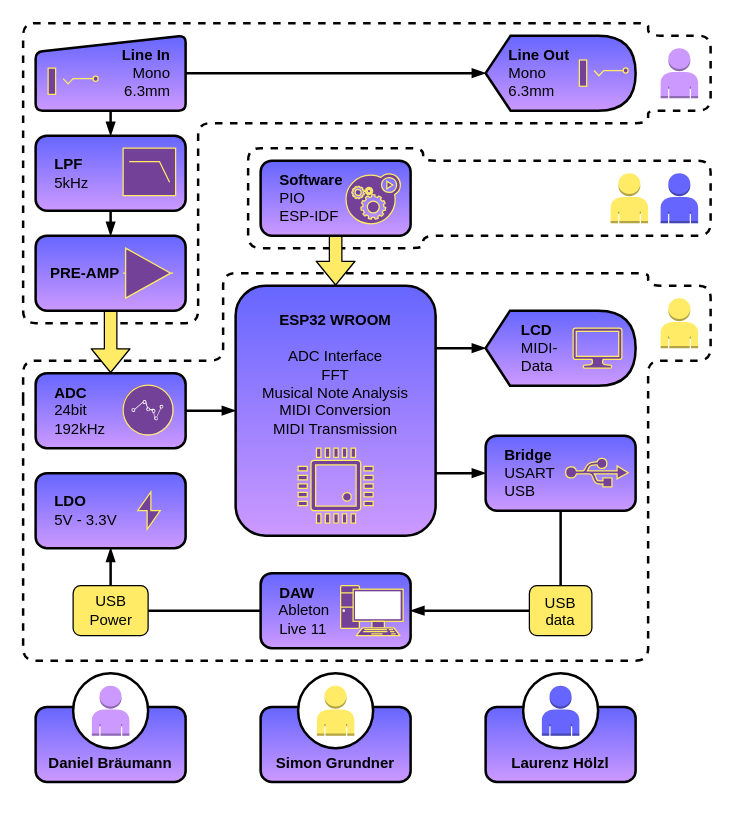
s-grundner/MTAP-MIDI-Guitar-Converter keeps this draw.io diagram as documentation/drawio/BSB-light.drawio. Above is the earlier version. Source tidied: cells renumbered, new cells numbered last; positions are measured from the earlier drawing's top-left corner, leaving out a move shared by most shapes. Both pictures are drawn from the tidied source at 125%, with x=0, y=0 at pixel (22, 22).
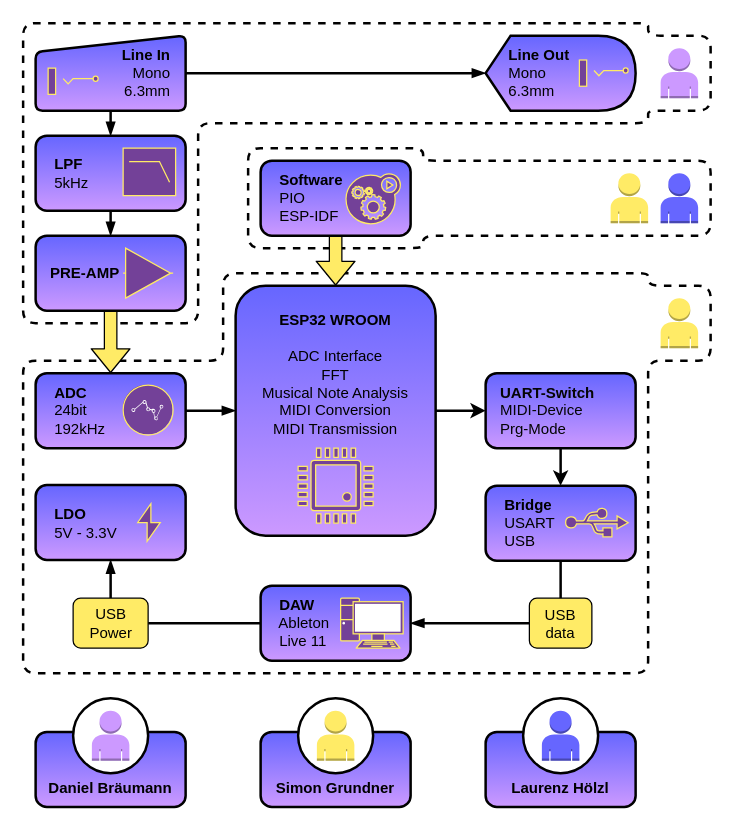
The same page after the edit.

Commit message (it also covers changes not shown here):
upd schematic

Unchanged cells that the change refers to:
```xml
<mxCell id="9" value="&lt;b&gt;&lt;br&gt;ESP32 WROOM&lt;/b&gt;&lt;br&gt;&lt;br&gt;ADC Interface&lt;br&gt;FFT&lt;br&gt;Musical Note Analysis&lt;br&gt;MIDI Conversion&lt;br&gt;MIDI Transmission" style="rounded=1;whiteSpace=wrap;html=1;glass=0;sketch=0;strokeWidth=2;verticalAlign=top;gradientColor=#CC99FF;fillColor=#6666FF;" parent="1" vertex="1">
  <mxGeometry x="170" y="210" width="160" height="200" as="geometry" />
</mxCell>
```

What changed in the source:
```diff
@@
-    <mxCell id="7" style="edgeStyle=orthogonalEdgeStyle;rounded=1;jettySize=auto;html=1;exitX=1;exitY=0.25;exitDx=0;exitDy=0;entryX=0;entryY=0.5;entryDx=0;entryDy=0;entryPerimeter=0;strokeWidth=2;endArrow=blockThin;endFill=1;" parent="1" edge="1" source="9" target="10">
-      <mxGeometry relative="1" as="geometry" />
-    </mxCell>
-    <mxCell id="8" style="edgeStyle=orthogonalEdgeStyle;rounded=1;jettySize=auto;html=1;exitX=1;exitY=0.75;exitDx=0;exitDy=0;entryX=0;entryY=0.5;entryDx=0;entryDy=0;strokeWidth=2;endArrow=blockThin;endFill=1;" parent="1" edge="1" source="9" target="22">
-      <mxGeometry relative="1" as="geometry" />
-    </mxCell>
+    <mxCell id="55" style="edgeStyle=orthogonalEdgeStyle;rounded=0;jettySize=auto;html=1;entryX=0;entryY=0.5;entryDx=0;entryDy=0;strokeWidth=2;" parent="1" edge="1" source="9" target="57">
+      <mxGeometry relative="1" as="geometry" />
+    </mxCell>
@@
-    <mxCell id="10" value="&lt;span style=&quot;font-weight: bold; white-space: pre;&quot;&gt;&#9;&lt;/span&gt;&lt;b&gt;LCD&lt;/b&gt;&lt;br&gt;&lt;span style=&quot;font-weight: bold; white-space: pre;&quot;&gt;&#9;&lt;/span&gt;MIDI-&lt;br&gt;&lt;span style=&quot;white-space: pre;&quot;&gt;&#9;&lt;/span&gt;Data" style="shape=display;whiteSpace=wrap;html=1;rounded=0;glass=0;sketch=0;strokeWidth=2;align=left;size=0.16260162601626016;gradientColor=#CC99FF;fillColor=#6666FF;strokeColor=#000000;" parent="1" vertex="1">
-      <mxGeometry x="370" y="230" width="120" height="60" as="geometry" />
-    </mxCell>
@@
-    <mxCell id="12" style="sketch=0;shadow=0;dashed=0;html=1;labelPosition=center;verticalLabelPosition=bottom;verticalAlign=top;align=center;shape=mxgraph.office.devices.lcd_monitor;rounded=0;glass=0;strokeWidth=1;fillColor=#734198;strokeColor=#FFEB66;" parent="1" vertex="1">
-      <mxGeometry x="440" y="244" width="39" height="32" as="geometry" />
-    </mxCell>
@@
     <mxCell id="19" value="&amp;nbsp; &amp;nbsp; &lt;b&gt;DAW&lt;/b&gt;&lt;br&gt;&amp;nbsp; &amp;nbsp; Ableton&lt;br&gt;&amp;nbsp; &amp;nbsp; Live 11" style="rounded=1;whiteSpace=wrap;html=1;shadow=0;glass=0;sketch=0;strokeColor=#000000;strokeWidth=2;fillColor=#6666FF;gradientColor=#CC99FF;align=left;" parent="1" vertex="1">
-      <mxGeometry x="190" y="440" width="120" height="60" as="geometry" />
+      <mxGeometry x="190" y="450" width="120" height="60" as="geometry" />
     </mxCell>
     <mxCell id="20" style="fontColor=#0066CC;verticalAlign=top;verticalLabelPosition=bottom;labelPosition=center;align=center;html=1;fillColor=#734198;strokeColor=#FFEB66;gradientColor=none;gradientDirection=north;strokeWidth=2;shape=mxgraph.networks.pc;rounded=1;shadow=0;glass=0;sketch=0;" parent="1" vertex="1">
-      <mxGeometry x="254" y="450" width="50" height="40" as="geometry" />
+      <mxGeometry x="254" y="460" width="50" height="40" as="geometry" />
     </mxCell>
@@
     <mxCell id="22" value="&lt;b&gt;&amp;nbsp; &amp;nbsp; Bridge&lt;/b&gt;&lt;br&gt;&amp;nbsp; &amp;nbsp; USART&lt;br&gt;&amp;nbsp; &amp;nbsp; USB" style="rounded=1;whiteSpace=wrap;html=1;shadow=0;glass=0;sketch=0;strokeColor=#000000;strokeWidth=2;fillColor=#6666FF;gradientColor=#CC99FF;align=left;" parent="1" vertex="1">
-      <mxGeometry x="370" y="330" width="120" height="60" as="geometry" />
+      <mxGeometry x="370" y="370" width="120" height="60" as="geometry" />
     </mxCell>
@@
     <mxCell id="28" style="endArrow=none;dashed=1;html=1;rounded=1;strokeWidth=2;" parent="1" edge="1">
       <mxGeometry y="-20" relative="1" as="geometry">
         <mxPoint y="300" as="sourcePoint" />
         <mxPoint y="300" as="targetPoint" />
         <Array as="points">
           <mxPoint y="350" />
           <mxPoint y="430" />
-          <mxPoint y="510" />
-          <mxPoint x="170" y="510" />
-          <mxPoint x="500" y="510" />
+          <mxPoint y="520" />
+          <mxPoint x="500" y="520" />
           <mxPoint x="500" y="270" />
           <mxPoint x="550" y="270" />
           <mxPoint x="550" y="210" />
           <mxPoint x="500" y="210" />
           <mxPoint x="500" y="200" />
           <mxPoint x="160" y="200" />
           <mxPoint x="160" y="270" />
           <mxPoint y="270" />
         </Array>
       </mxGeometry>
     </mxCell>
@@
     <mxCell id="35" value="&lt;b&gt;&amp;nbsp; &amp;nbsp; LDO&lt;br&gt;&lt;/b&gt;&amp;nbsp; &amp;nbsp; 5V - 3.3V" style="rounded=1;whiteSpace=wrap;html=1;shadow=0;glass=0;sketch=0;strokeColor=#000000;strokeWidth=2;fillColor=#6666FF;gradientColor=#CC99FF;align=left;" parent="1" vertex="1">
-      <mxGeometry x="10" y="360" width="120" height="60" as="geometry" />
+      <mxGeometry x="10" y="369.5" width="120" height="60" as="geometry" />
     </mxCell>
     <mxCell id="36" style="html=1;verticalLabelPosition=bottom;align=center;labelBackgroundColor=#ffffff;verticalAlign=top;strokeWidth=1;strokeColor=#FFEB66;shadow=0;dashed=0;shape=mxgraph.ios7.icons.flash;rounded=1;glass=0;sketch=0;fontColor=#FFEB66;fillColor=#734198;gradientColor=none;" parent="1" vertex="1">
-      <mxGeometry x="91.7" y="375" width="18" height="30" as="geometry" />
+      <mxGeometry x="91.7" y="384.5" width="18" height="30" as="geometry" />
     </mxCell>
     <mxCell id="37" style="sketch=0;shadow=0;dashed=0;html=1;strokeColor=#FFEB66;labelPosition=center;verticalLabelPosition=bottom;verticalAlign=top;align=center;fillColor=#734198;shape=mxgraph.mscae.enterprise.usb;rounded=1;glass=0;labelBorderColor=default;strokeWidth=1;fontColor=#FFEB66;" parent="1" vertex="1">
-      <mxGeometry x="434" y="348" width="50" height="23" as="geometry" />
+      <mxGeometry x="434" y="388" width="50" height="23" as="geometry" />
     </mxCell>
@@
     <mxCell id="42" value="USB&#10;data" style="text;align=center;verticalAlign=middle;points=[];strokeColor=default;fillColor=#FFEB66;fontColor=default;rounded=1;" parent="1" vertex="1">
-      <mxGeometry x="405" y="450" width="50" height="40" as="geometry" />
+      <mxGeometry x="405" y="460" width="50" height="40" as="geometry" />
     </mxCell>
@@
     <mxCell id="45" value="USB&lt;br&gt;Power&lt;br&gt;" style="text;html=1;align=center;verticalAlign=middle;points=[];strokeColor=default;fillColor=#FFEB66;fontColor=default;rounded=1;" parent="1" vertex="1">
-      <mxGeometry x="40" y="450" width="60" height="40" as="geometry" />
+      <mxGeometry x="40" y="460" width="60" height="40" as="geometry" />
     </mxCell>
     <mxCell id="46" value="&lt;b&gt;&lt;br&gt;&lt;br&gt;Daniel Bräumann&lt;/b&gt;" style="rounded=1;whiteSpace=wrap;html=1;shadow=0;strokeColor=default;strokeWidth=2;fillColor=#CC99FF;gradientColor=#6666FF;gradientDirection=north;" parent="1" vertex="1">
-      <mxGeometry x="10" y="547" width="120" height="60" as="geometry" />
+      <mxGeometry x="10" y="567" width="120" height="60" as="geometry" />
     </mxCell>
     <mxCell id="47" value="&lt;b&gt;&lt;br&gt;&lt;br&gt;Simon Grundner&lt;/b&gt;" style="rounded=1;whiteSpace=wrap;html=1;shadow=0;strokeColor=default;strokeWidth=2;fillColor=#CC99FF;gradientColor=#6666FF;gradientDirection=north;" parent="1" vertex="1">
-      <mxGeometry x="190" y="547" width="120" height="60" as="geometry" />
+      <mxGeometry x="190" y="567" width="120" height="60" as="geometry" />
     </mxCell>
     <mxCell id="48" value="&lt;b&gt;&lt;br&gt;&lt;br&gt;Laurenz Hölzl&lt;/b&gt;" style="rounded=1;whiteSpace=wrap;html=1;shadow=0;strokeColor=default;strokeWidth=2;fillColor=#CC99FF;gradientColor=#6666FF;gradientDirection=north;" parent="1" vertex="1">
-      <mxGeometry x="370" y="547" width="120" height="60" as="geometry" />
+      <mxGeometry x="370" y="567" width="120" height="60" as="geometry" />
     </mxCell>
     <mxCell id="49" style="ellipse;whiteSpace=wrap;html=1;rounded=1;shadow=0;sketch=0;strokeColor=default;strokeWidth=2;fillColor=default;gradientColor=none;gradientDirection=south;" parent="1" vertex="1">
-      <mxGeometry x="40" y="520" width="60" height="60" as="geometry" />
+      <mxGeometry x="40" y="540" width="60" height="60" as="geometry" />
     </mxCell>
     <mxCell id="50" style="dashed=0;verticalLabelPosition=bottom;verticalAlign=top;align=center;html=1;shape=mxgraph.aws3.user;fillColor=#CC99FF;rounded=1;shadow=0;glass=0;sketch=0;strokeColor=none;strokeWidth=2;" parent="1" vertex="1">
-      <mxGeometry x="55" y="530" width="30" height="40" as="geometry" />
+      <mxGeometry x="55" y="550" width="30" height="40" as="geometry" />
     </mxCell>
     <mxCell id="51" style="ellipse;whiteSpace=wrap;html=1;rounded=1;shadow=0;sketch=0;strokeColor=default;strokeWidth=2;fillColor=default;gradientColor=none;gradientDirection=south;" parent="1" vertex="1">
-      <mxGeometry x="220" y="520" width="60" height="60" as="geometry" />
+      <mxGeometry x="220" y="540" width="60" height="60" as="geometry" />
     </mxCell>
     <mxCell id="52" style="ellipse;whiteSpace=wrap;html=1;rounded=1;shadow=0;sketch=0;strokeColor=default;strokeWidth=2;fillColor=default;gradientColor=none;gradientDirection=south;" parent="1" vertex="1">
-      <mxGeometry x="400" y="520" width="60" height="60" as="geometry" />
+      <mxGeometry x="400" y="540" width="60" height="60" as="geometry" />
     </mxCell>
     <mxCell id="53" style="dashed=0;verticalLabelPosition=bottom;verticalAlign=top;align=center;html=1;shape=mxgraph.aws3.user;fillColor=#FFEB66;rounded=1;shadow=0;glass=0;sketch=0;strokeColor=none;strokeWidth=2;" parent="1" vertex="1">
-      <mxGeometry x="235" y="530" width="30" height="40" as="geometry" />
+      <mxGeometry x="235" y="550" width="30" height="40" as="geometry" />
     </mxCell>
     <mxCell id="54" style="dashed=0;verticalLabelPosition=bottom;verticalAlign=top;align=center;html=1;shape=mxgraph.aws3.user;fillColor=#6666FF;rounded=1;shadow=0;glass=0;sketch=0;strokeColor=none;strokeWidth=2;" parent="1" vertex="1">
-      <mxGeometry x="415" y="530" width="30" height="40" as="geometry" />
+      <mxGeometry x="415" y="550" width="30" height="40" as="geometry" />
     </mxCell>
+    <mxCell id="56" style="edgeStyle=orthogonalEdgeStyle;rounded=0;jettySize=auto;html=1;exitX=0.5;exitY=1;exitDx=0;exitDy=0;entryX=0.5;entryY=0;entryDx=0;entryDy=0;strokeWidth=2;" parent="1" edge="1" source="57" target="22">
+      <mxGeometry relative="1" as="geometry" />
+    </mxCell>
+    <mxCell id="57" value="&lt;b style=&quot;color: rgb(5 , 5 , 5)&quot;&gt;&amp;nbsp; &amp;nbsp;UART-Switch&lt;br&gt;&amp;nbsp; &amp;nbsp;&lt;/b&gt;&lt;span style=&quot;color: rgb(5 , 5 , 5)&quot;&gt;MIDI-Device&lt;/span&gt;&lt;br style=&quot;color: rgb(5 , 5 , 5)&quot;&gt;&lt;span style=&quot;color: rgb(5 , 5 , 5)&quot;&gt;&amp;nbsp; &amp;nbsp;Prg-Mode&lt;/span&gt;" style="rounded=1;whiteSpace=wrap;html=1;shadow=0;glass=0;sketch=0;strokeColor=#000000;strokeWidth=2;fillColor=#6666FF;gradientColor=#CC99FF;align=left;" parent="1" vertex="1">
+      <mxGeometry x="370" y="280" width="120" height="60" as="geometry" />
+    </mxCell>
```
